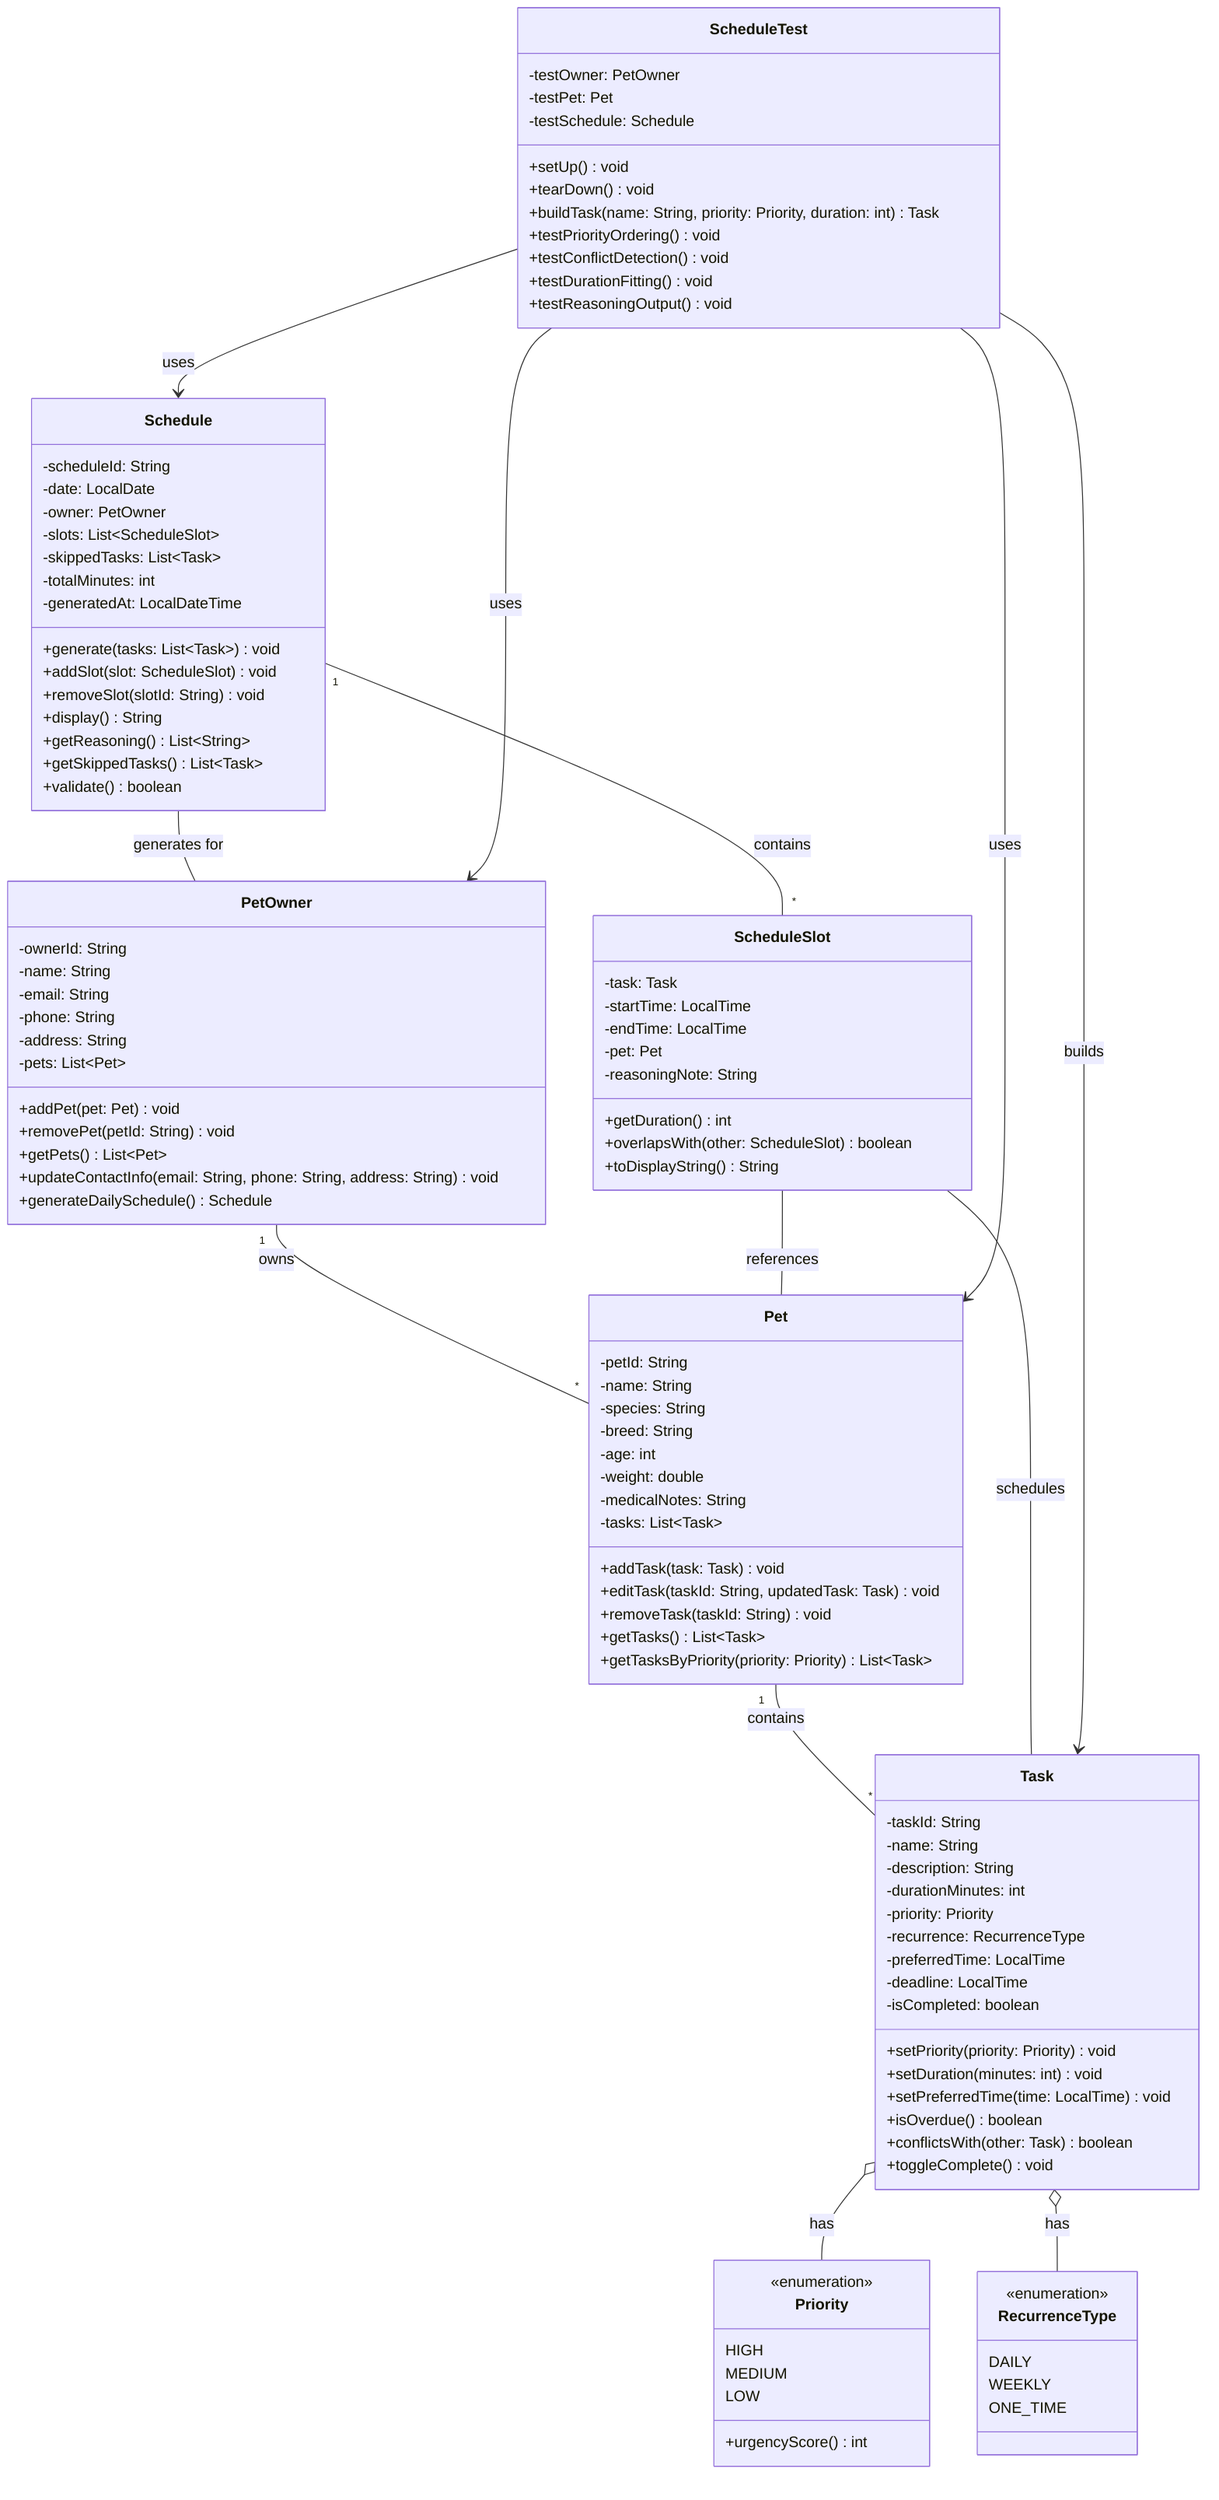
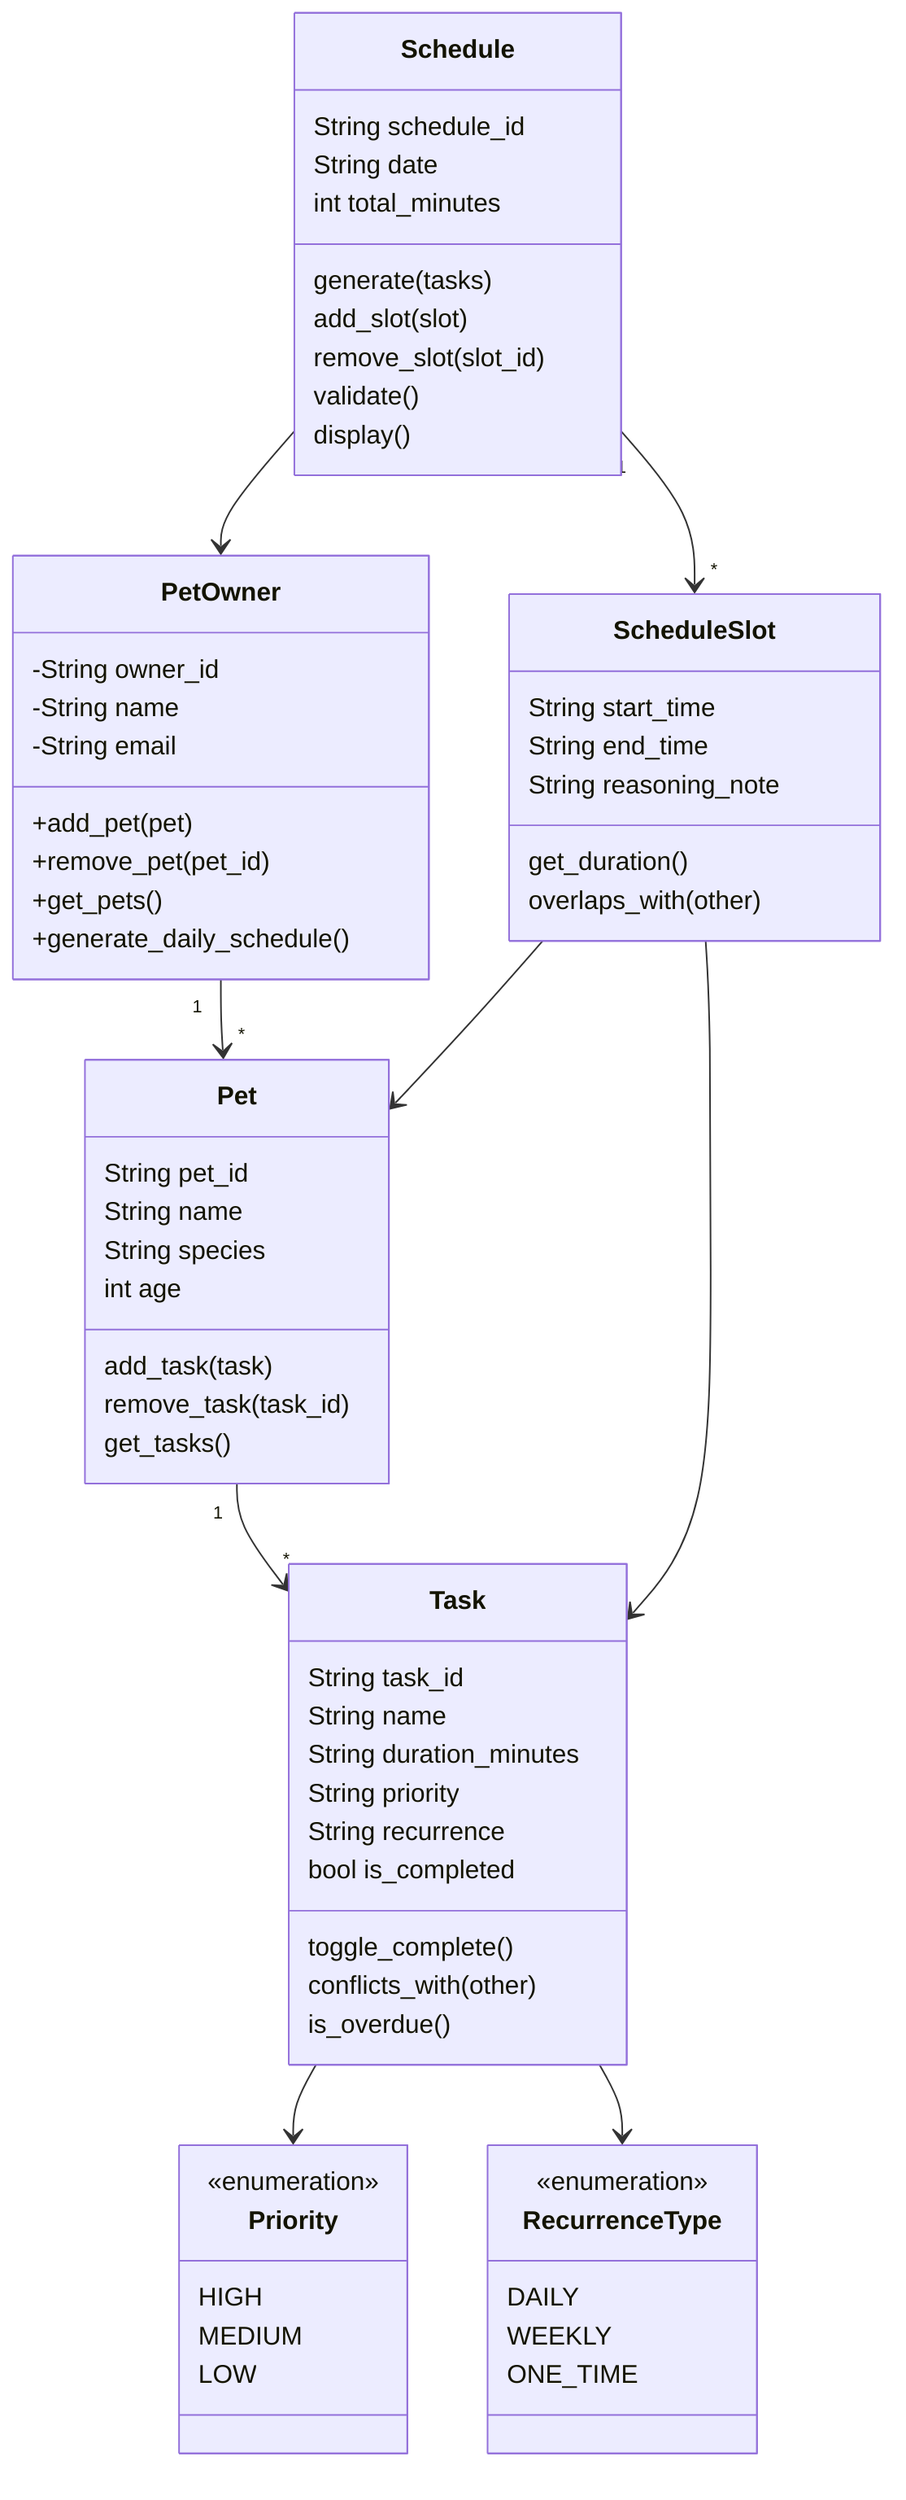
classDiagram
    %% PawPal Pet Care App - Class Diagram
    %% Core domain model for scheduling and managing pet care tasks
- 
    class PetOwner {
-         -ownerId: String
-         -name: String
-         -email: String
-         -phone: String
-         -address: String
-         -pets: List~Pet~
-         +addPet(pet: Pet) void
-         +removePet(petId: String) void
-         +getPets() List~Pet~
-         +updateContactInfo(email: String, phone: String, address: String) void
-         +generateDailySchedule() Schedule
+         -String owner_id
+         -String name
+         -String email
+         +add_pet(pet)
+         +remove_pet(pet_id)
+         +get_pets()
+         +generate_daily_schedule()
    }

    class Pet {
-         -petId: String
-         -name: String
-         -species: String
-         -breed: String
-         -age: int
-         -weight: double
-         -medicalNotes: String
-         -tasks: List~Task~
-         +addTask(task: Task) void
-         +editTask(taskId: String, updatedTask: Task) void
-         +removeTask(taskId: String) void
-         +getTasks() List~Task~
-         +getTasksByPriority(priority: Priority) List~Task~
+         String pet_id
+         String name
+         String species
+         int age
+         add_task(task)
+         remove_task(task_id)
+         get_tasks()
    }

    class Task {
-         -taskId: String
-         -name: String
-         -description: String
-         -durationMinutes: int
-         -priority: Priority
-         -recurrence: RecurrenceType
-         -preferredTime: LocalTime
-         -deadline: LocalTime
-         -isCompleted: boolean
-         +setPriority(priority: Priority) void
-         +setDuration(minutes: int) void
-         +setPreferredTime(time: LocalTime) void
-         +isOverdue() boolean
-         +conflictsWith(other: Task) boolean
-         +toggleComplete() void
+         String task_id
+         String name
+         String duration_minutes
+         String priority
+         String recurrence
+         bool is_completed
+         toggle_complete()
+         conflicts_with(other)
+         is_overdue()
+     }
+ 
+     class Schedule {
+         String schedule_id
+         String date
+         int total_minutes
+         generate(tasks)
+         add_slot(slot)
+         remove_slot(slot_id)
+         validate()
+         display()
+     }
+ 
+     class ScheduleSlot {
+         String start_time
+         String end_time
+         String reasoning_note
+         get_duration()
+         overlaps_with(other)
    }

    class Priority {
        <<enumeration>>
        HIGH
        MEDIUM
        LOW
-         +urgencyScore() int
    }

    class RecurrenceType {
        <<enumeration>>
        DAILY
        WEEKLY
        ONE_TIME
    }

-     class ScheduleSlot {
-         -task: Task
-         -startTime: LocalTime
-         -endTime: LocalTime
-         -pet: Pet
-         -reasoningNote: String
-         +getDuration() int
-         +overlapsWith(other: ScheduleSlot) boolean
-         +toDisplayString() String
-     }
+     PetOwner "1" --> "*" Pet
+     Pet "1" --> "*" Task
+     Task --> Priority
+     Task --> RecurrenceType
+     Schedule "1" --> "*" ScheduleSlot
+     Schedule --> PetOwner
+     ScheduleSlot --> Task
+     ScheduleSlot --> Pet

-     class Schedule {
-         -scheduleId: String
-         -date: LocalDate
-         -owner: PetOwner
-         -slots: List~ScheduleSlot~
-         -skippedTasks: List~Task~
-         -totalMinutes: int
-         -generatedAt: LocalDateTime
-         +generate(tasks: List~Task~) void
-         +addSlot(slot: ScheduleSlot) void
-         +removeSlot(slotId: String) void
-         +display() String
-         +getReasoning() List~String~
-         +getSkippedTasks() List~Task~
-         +validate() boolean
-     }
- 
-     class ScheduleTest {
-         -testOwner: PetOwner
-         -testPet: Pet
-         -testSchedule: Schedule
-         +setUp() void
-         +tearDown() void
-         +buildTask(name: String, priority: Priority, duration: int) Task
-         +testPriorityOrdering() void
-         +testConflictDetection() void
-         +testDurationFitting() void
-         +testReasoningOutput() void
-     }
- 
-     %% Relationships
-     %% Core domain relationships
-     PetOwner "1" -- "*" Pet : owns
-     Pet "1" -- "*" Task : contains
-     Task o-- Priority : has
-     Task o-- RecurrenceType : has
- 
-     %% Schedule composition
-     Schedule "1" -- "*" ScheduleSlot : contains
-     Schedule -- PetOwner : generates for
- 
-     %% ScheduleSlot references
-     ScheduleSlot -- Task : schedules
-     ScheduleSlot -- Pet : references
- 
-     %% Test fixture dependencies
-     ScheduleTest --> PetOwner : uses
-     ScheduleTest --> Pet : uses
-     ScheduleTest --> Schedule : uses
-     ScheduleTest --> Task : builds
- 
